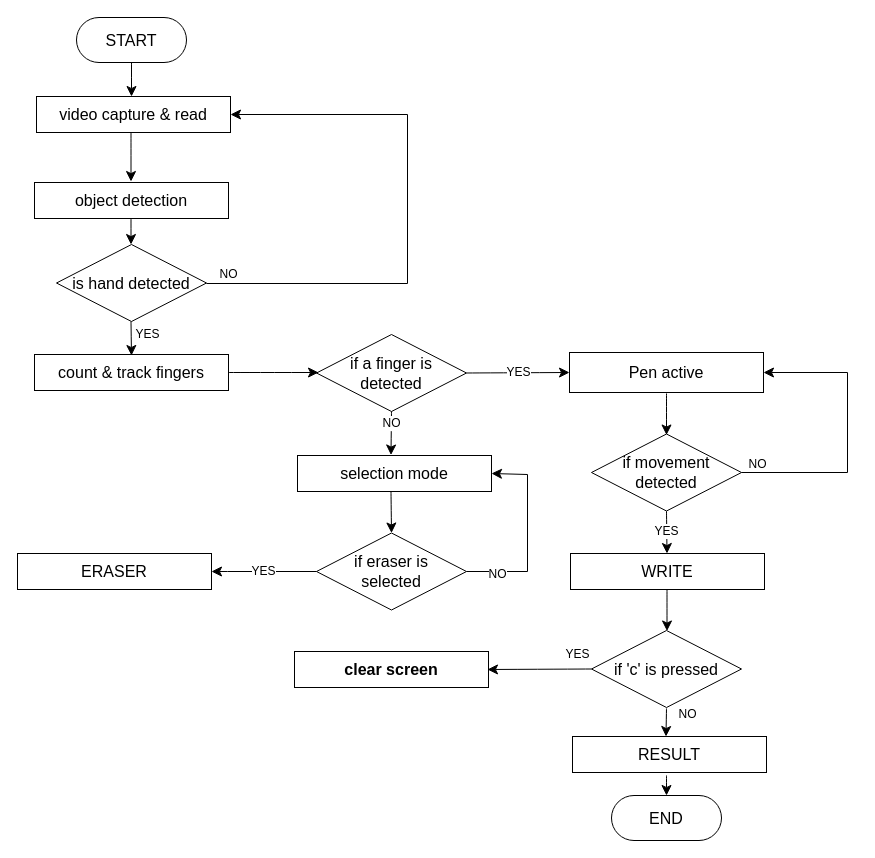
Noodle-onthe-ice/Noodle-onthe-ice keeps this draw.io diagram as project.drawio. Above is the earlier version. Source tidied: cells renumbered, new cells numbered last; positions are measured from the earlier drawing's top-left corner, leaving out a move shared by most shapes. Both pictures are drawn from the tidied source at 100%, with x=0, y=0 at pixel (17, 17).
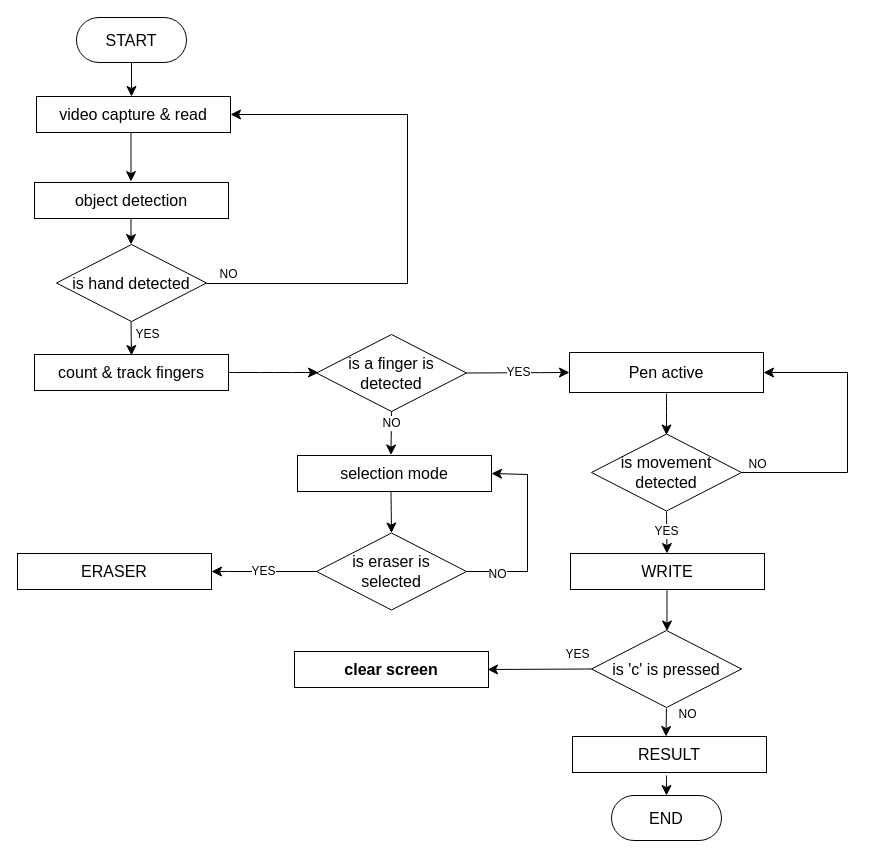
The same diagram, later.

What changed in the source:
```diff
@@
-    <mxCell id="6" value="&lt;div&gt;if eraser is &lt;br&gt;&lt;/div&gt;&lt;div&gt;selected&lt;br&gt;&lt;/div&gt;" style="rhombus;whiteSpace=wrap;html=1;fontSize=16;" parent="1" vertex="1">
+    <mxCell id="6" value="&lt;div&gt;is eraser is &lt;br&gt;&lt;/div&gt;&lt;div&gt;selected&lt;br&gt;&lt;/div&gt;" style="rhombus;whiteSpace=wrap;html=1;fontSize=16;" parent="1" vertex="1">
       <mxGeometry x="299" y="515.5" width="150" height="77" as="geometry" />
     </mxCell>
@@
-    <mxCell id="16" value="&lt;div&gt;if a finger is &lt;br&gt;&lt;/div&gt;&lt;div&gt;detected&lt;br&gt;&lt;/div&gt;" style="rhombus;whiteSpace=wrap;html=1;fontSize=16;" parent="1" vertex="1">
+    <mxCell id="16" value="&lt;div&gt;is a finger is &lt;br&gt;&lt;/div&gt;&lt;div&gt;detected&lt;br&gt;&lt;/div&gt;" style="rhombus;whiteSpace=wrap;html=1;fontSize=16;" parent="1" vertex="1">
       <mxGeometry x="299" y="317" width="150" height="77" as="geometry" />
     </mxCell>
@@
-    <mxCell id="18" value="if 'c' is pressed" style="rhombus;whiteSpace=wrap;html=1;fontSize=16;" parent="1" vertex="1">
+    <mxCell id="18" value="is 'c' is pressed" style="rhombus;whiteSpace=wrap;html=1;fontSize=16;" parent="1" vertex="1">
       <mxGeometry x="574" y="613" width="150" height="77" as="geometry" />
     </mxCell>
-    <mxCell id="19" value="&lt;div&gt;if movement &lt;br&gt;&lt;/div&gt;&lt;div&gt;detected&lt;br&gt;&lt;/div&gt;" style="rhombus;whiteSpace=wrap;html=1;fontSize=16;" parent="1" vertex="1">
+    <mxCell id="19" value="&lt;div&gt;is movement &lt;br&gt;&lt;/div&gt;&lt;div&gt;detected&lt;br&gt;&lt;/div&gt;" style="rhombus;whiteSpace=wrap;html=1;fontSize=16;" parent="1" vertex="1">
       <mxGeometry x="574" y="416.5" width="150" height="77" as="geometry" />
     </mxCell>
```
